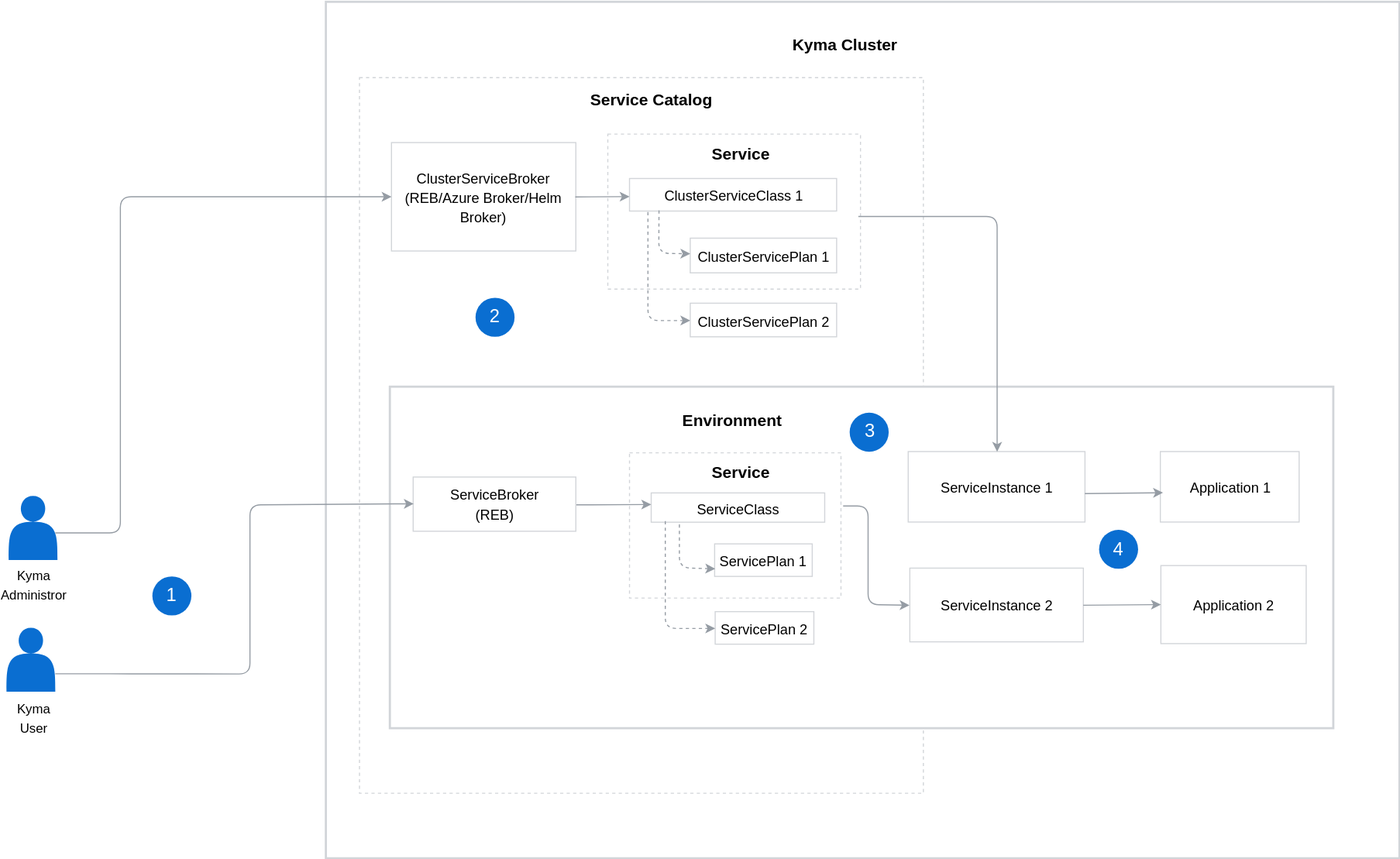
This is docs/service-catalog/docs/assets/service-catalog-flow.svg from kyma-project/kyma, a draw.io export, as it was before one commit. Source tidied: cells renumbered, new cells last; positions are measured from the earlier drawing's top-left corner, leaving out a move shared by most shapes.
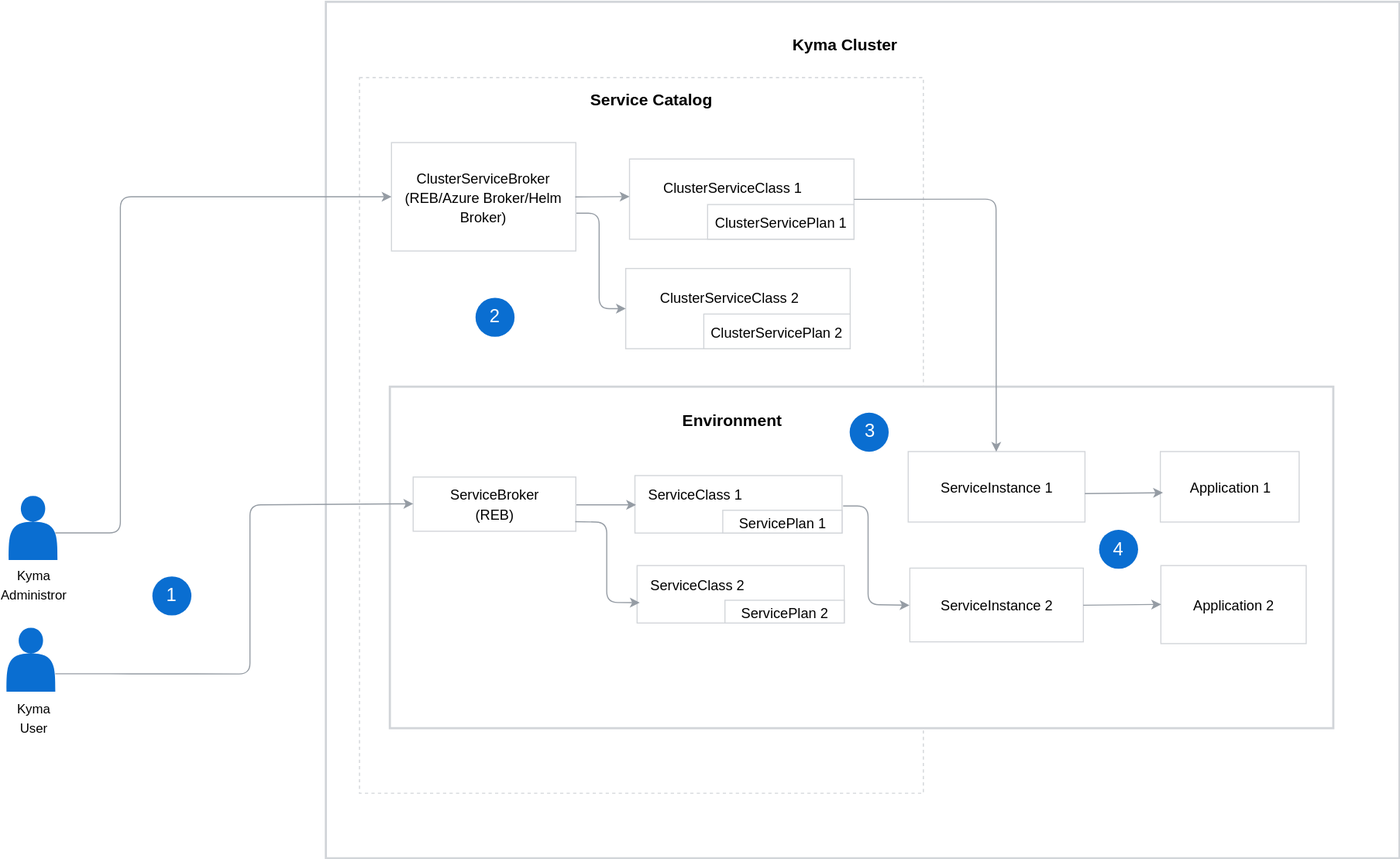
After the commit.

Change to the diagram source:
```diff
@@ -17,9 +17,6 @@
     <mxCell id="6" value="&lt;font style=&quot;font-size: 13px&quot;&gt;ClusterServiceBroker&lt;br&gt;(REB/Azure Broker/Helm Broker)&lt;br&gt;&lt;/font&gt;" style="rounded=0;whiteSpace=wrap;html=1;labelBackgroundColor=none;strokeColor=#D2D5D9;strokeWidth=1;fillColor=#FFFFFF;gradientColor=none;fontFamily=Helvetica;fontSize=15;fontColor=#000000;" parent="1" vertex="1">
       <mxGeometry x="354.5" y="129.9" width="170" height="100" as="geometry" />
     </mxCell>
-    <mxCell id="7" value="&lt;font style=&quot;font-size: 13px&quot;&gt;ClusterServicePlan 2&lt;/font&gt;" style="rounded=0;whiteSpace=wrap;html=1;labelBackgroundColor=none;strokeColor=#D2D5D9;strokeWidth=1;fillColor=#FFFFFF;gradientColor=none;fontFamily=Helvetica;fontSize=15;fontColor=#000000;" parent="1" vertex="1">
-      <mxGeometry x="630" y="278" width="135" height="31" as="geometry" />
-    </mxCell>
     <mxCell id="8" value="&lt;font style=&quot;font-size: 13px&quot;&gt;ServiceBroker&lt;br&gt;(REB)&lt;/font&gt;&lt;br&gt;" style="rounded=0;whiteSpace=wrap;html=1;labelBackgroundColor=none;strokeColor=#D2D5D9;strokeWidth=1;fillColor=#FFFFFF;gradientColor=none;fontFamily=Helvetica;fontSize=15;fontColor=#000000;" parent="1" vertex="1">
       <mxGeometry x="374.5" y="438.4" width="150" height="50" as="geometry" />
     </mxCell>
@@ -55,26 +52,17 @@
         </Array>
       </mxGeometry>
     </mxCell>
-    <mxCell id="15" style="rounded=0;whiteSpace=wrap;html=1;labelBackgroundColor=none;strokeColor=#D2D5D9;strokeWidth=1;fillColor=#FFFFFF;gradientColor=none;fontFamily=Helvetica;fontSize=15;fontColor=#000000;dashed=1;" parent="1" vertex="1">
-      <mxGeometry x="574" y="416" width="195" height="134" as="geometry" />
-    </mxCell>
-    <mxCell id="16" value="&lt;font style=&quot;font-size: 13px&quot;&gt;ServiceClass&lt;/font&gt;&lt;br&gt;" style="rounded=0;whiteSpace=wrap;html=1;labelBackgroundColor=none;strokeColor=#D2D5D9;strokeWidth=1;fillColor=#FFFFFF;gradientColor=none;fontFamily=Helvetica;fontSize=15;fontColor=#000000;" parent="1" vertex="1">
-      <mxGeometry x="594" y="453" width="160" height="27" as="geometry" />
+    <mxCell id="16" style="rounded=0;whiteSpace=wrap;html=1;labelBackgroundColor=none;strokeColor=#D2D5D9;strokeWidth=1;fillColor=#FFFFFF;gradientColor=none;fontFamily=Helvetica;fontSize=15;fontColor=#000000;" parent="1" vertex="1">
+      <mxGeometry x="579" y="437" width="191" height="53" as="geometry" />
     </mxCell>
-    <mxCell id="17" value="&lt;font style=&quot;font-size: 13px&quot;&gt;ServicePlan 1&lt;/font&gt;&lt;br&gt;" style="rounded=0;whiteSpace=wrap;html=1;labelBackgroundColor=none;strokeColor=#D2D5D9;strokeWidth=1;fillColor=#FFFFFF;gradientColor=none;fontFamily=Helvetica;fontSize=15;fontColor=#000000;" parent="1" vertex="1">
-      <mxGeometry x="652.5" y="500" width="90" height="30" as="geometry" />
-    </mxCell>
     <mxCell id="18" value="&lt;font style=&quot;font-size: 12px&quot;&gt;Kyma User&lt;/font&gt;" style="text;html=1;strokeColor=none;fillColor=none;align=center;verticalAlign=middle;whiteSpace=wrap;rounded=0;dashed=1;labelBackgroundColor=none;fontFamily=Helvetica;fontSize=15;fontColor=#000000;" parent="1" vertex="1">
       <mxGeometry x="4.5" y="649.9" width="40" height="20" as="geometry" />
     </mxCell>
-    <mxCell id="19" style="rounded=0;whiteSpace=wrap;html=1;labelBackgroundColor=none;strokeColor=#D2D5D9;strokeWidth=1;fillColor=#FFFFFF;gradientColor=none;fontFamily=Helvetica;fontSize=15;fontColor=#000000;dashed=1;" parent="1" vertex="1">
-      <mxGeometry x="554" y="122" width="233" height="143" as="geometry" />
-    </mxCell>
-    <mxCell id="20" value="&lt;font style=&quot;font-size: 13px&quot;&gt;ClusterServiceClass 1&lt;/font&gt;" style="rounded=0;whiteSpace=wrap;html=1;labelBackgroundColor=none;strokeColor=#D2D5D9;strokeWidth=1;fillColor=#FFFFFF;gradientColor=none;fontFamily=Helvetica;fontSize=15;fontColor=#000000;" parent="1" vertex="1">
-      <mxGeometry x="574" y="163" width="191" height="30" as="geometry" />
+    <mxCell id="20" style="rounded=0;whiteSpace=wrap;html=1;labelBackgroundColor=none;strokeColor=#D2D5D9;strokeWidth=1;fillColor=#FFFFFF;gradientColor=none;fontFamily=Helvetica;fontSize=15;fontColor=#000000;" parent="1" vertex="1">
+      <mxGeometry x="574" y="145" width="207" height="74" as="geometry" />
     </mxCell>
     <mxCell id="21" value="&lt;font style=&quot;font-size: 13px&quot;&gt;ClusterServicePlan 1&lt;/font&gt;" style="rounded=0;whiteSpace=wrap;html=1;labelBackgroundColor=none;strokeColor=#D2D5D9;strokeWidth=1;fillColor=#FFFFFF;gradientColor=none;fontFamily=Helvetica;fontSize=15;fontColor=#000000;" parent="1" vertex="1">
-      <mxGeometry x="630" y="218" width="135" height="32" as="geometry" />
+      <mxGeometry x="646" y="187" width="135" height="32" as="geometry" />
     </mxCell>
     <mxCell id="22" style="shape=actor;whiteSpace=wrap;html=1;strokeColor=none;strokeWidth=1;fillColor=#0A6ED1;gradientColor=none;fontFamily=Helvetica;fontSize=12;" parent="1" vertex="1">
       <mxGeometry x="-0.5" y="577.4" width="45" height="59" as="geometry" />
@@ -85,15 +73,12 @@
     <mxCell id="24" style="ellipse;whiteSpace=wrap;html=1;labelBackgroundColor=none;strokeColor=none;strokeWidth=1;fillColor=#0A6ED1;gradientColor=none;fontFamily=Helvetica;fontSize=15;fontColor=#000000;" parent="1" vertex="1">
       <mxGeometry x="134" y="530" width="36" height="36" as="geometry" />
     </mxCell>
-    <mxCell id="25" style="endArrow=classic;html=1;strokeColor=#959CA4;strokeWidth=1;fontFamily=Helvetica;fontSize=15;fontColor=#000000;entryX=0;entryY=0.25;" parent="1" edge="1">
+    <mxCell id="25" style="endArrow=classic;html=1;strokeColor=#959CA4;strokeWidth=1;fontFamily=Helvetica;fontSize=15;fontColor=#000000;" parent="1" edge="1">
       <mxGeometry relative="1" as="geometry">
         <mxPoint x="525" y="464" as="sourcePoint" />
-        <mxPoint x="594" y="463.7" as="targetPoint" />
+        <mxPoint x="580" y="464" as="targetPoint" />
       </mxGeometry>
     </mxCell>
-    <mxCell id="26" value="&lt;font style=&quot;font-size: 13px&quot;&gt;ServicePlan 2&lt;/font&gt;&lt;br&gt;" style="rounded=0;whiteSpace=wrap;html=1;labelBackgroundColor=none;strokeColor=#D2D5D9;strokeWidth=1;fillColor=#FFFFFF;gradientColor=none;fontFamily=Helvetica;fontSize=15;fontColor=#000000;" parent="1" vertex="1">
-      <mxGeometry x="653" y="562.5" width="91" height="30" as="geometry" />
-    </mxCell>
     <mxCell id="27" style="endArrow=classic;html=1;strokeColor=#959CA4;strokeWidth=1;fontFamily=Helvetica;fontSize=15;fontColor=#000000;entryX=0;entryY=0.5;" parent="1" edge="1">
       <mxGeometry relative="1" as="geometry">
         <mxPoint x="771" y="465" as="sourcePoint" />
@@ -104,11 +89,10 @@
         </Array>
       </mxGeometry>
     </mxCell>
-    <mxCell id="28" style="endArrow=classic;html=1;strokeColor=#959CA4;strokeWidth=1;fontFamily=Helvetica;fontSize=15;fontColor=#000000;entryX=0.5;entryY=0;" parent="1" edge="1" target="9">
+    <mxCell id="28" style="endArrow=classic;html=1;strokeColor=#959CA4;strokeWidth=1;fontFamily=Helvetica;fontSize=15;fontColor=#000000;entryX=0.5;entryY=0;exitX=1;exitY=0.5;" parent="1" edge="1" source="20" target="9">
       <mxGeometry relative="1" as="geometry">
-        <mxPoint x="785" y="198" as="sourcePoint" />
         <Array as="points">
-          <mxPoint x="913" y="198" />
+          <mxPoint x="912" y="182" />
         </Array>
       </mxGeometry>
     </mxCell>
@@ -118,37 +102,6 @@
     <mxCell id="30" value="&lt;b&gt;Service Catalog&lt;/b&gt;" style="text;html=1;strokeColor=none;fillColor=none;align=center;verticalAlign=middle;whiteSpace=wrap;rounded=0;labelBackgroundColor=none;fontFamily=Helvetica;fontSize=15;fontColor=#000000;" parent="1" vertex="1">
       <mxGeometry x="499" y="80" width="190" height="20" as="geometry" />
     </mxCell>
-    <mxCell id="31" style="endArrow=classic;html=1;strokeColor=#959CA4;strokeWidth=1;fontFamily=Helvetica;fontSize=15;fontColor=#000000;exitX=0.084;exitY=0.98;exitPerimeter=0;entryX=0;entryY=0.5;dashed=1;" parent="1" edge="1" source="16" target="26">
-      <mxGeometry relative="1" as="geometry">
-        <Array as="points">
-          <mxPoint x="607" y="578" />
-        </Array>
-      </mxGeometry>
-    </mxCell>
-    <mxCell id="32" style="endArrow=classic;html=1;strokeColor=#959CA4;strokeWidth=1;fontFamily=Helvetica;fontSize=15;fontColor=#000000;entryX=0;entryY=0.75;dashed=1;" parent="1" edge="1" target="17">
-      <mxGeometry relative="1" as="geometry">
-        <mxPoint x="620" y="482" as="sourcePoint" />
-        <Array as="points">
-          <mxPoint x="620" y="522" />
-        </Array>
-      </mxGeometry>
-    </mxCell>
-    <mxCell id="33" style="endArrow=classic;html=1;dashed=1;strokeColor=#959CA4;strokeWidth=1;fontFamily=Helvetica;fontSize=15;fontColor=#000000;exitX=0.087;exitY=1.034;exitPerimeter=0;entryX=0;entryY=0.5;" parent="1" edge="1" source="20" target="7">
-      <mxGeometry relative="1" as="geometry">
-        <Array as="points">
-          <mxPoint x="591" y="294" />
-        </Array>
-      </mxGeometry>
-    </mxCell>
-    <mxCell id="34" style="endArrow=classic;html=1;dashed=1;strokeColor=#959CA4;strokeWidth=1;fontFamily=Helvetica;fontSize=15;fontColor=#000000;exitX=0.141;exitY=1.141;exitPerimeter=0;entryX=0;entryY=0.5;" parent="1" edge="1">
-      <mxGeometry relative="1" as="geometry">
-        <mxPoint x="601.2" y="192.4" as="sourcePoint" />
-        <mxPoint x="630" y="232.4" as="targetPoint" />
-        <Array as="points">
-          <mxPoint x="601" y="232" />
-        </Array>
-      </mxGeometry>
-    </mxCell>
     <mxCell id="35" style="endArrow=classic;html=1;strokeColor=#959CA4;strokeWidth=1;fontFamily=Helvetica;fontSize=15;fontColor=#000000;exitX=1;exitY=0.5;entryX=0;entryY=0.5;" parent="1" edge="1" target="12">
       <mxGeometry relative="1" as="geometry">
         <mxPoint x="992.4" y="556.6" as="sourcePoint" />
@@ -190,11 +143,50 @@
         <mxPoint x="574" y="179.7" as="targetPoint" />
       </mxGeometry>
     </mxCell>
-    <mxCell id="46" value="&lt;font style=&quot;font-size: 15px&quot;&gt;&lt;b&gt;Service&lt;/b&gt;&lt;/font&gt;" style="text;html=1;strokeColor=none;fillColor=none;align=center;verticalAlign=middle;whiteSpace=wrap;rounded=0;labelBackgroundColor=none;fontFamily=Helvetica;fontSize=15;fontColor=#000000;" parent="1" vertex="1">
-      <mxGeometry x="656.5" y="130" width="40" height="20" as="geometry" />
-    </mxCell>
-    <mxCell id="47" value="&lt;font style=&quot;font-size: 15px&quot;&gt;&lt;b&gt;Service&lt;/b&gt;&lt;/font&gt;" style="text;html=1;strokeColor=none;fillColor=none;align=center;verticalAlign=middle;whiteSpace=wrap;rounded=0;labelBackgroundColor=none;fontFamily=Helvetica;fontSize=15;fontColor=#000000;" parent="1" vertex="1">
-      <mxGeometry x="656.5" y="423.5" width="40" height="20" as="geometry" />
+    <mxCell id="47" value="&lt;font style=&quot;font-size: 13px&quot;&gt;ClusterServiceClass 1&lt;/font&gt;&lt;br&gt;" style="text;html=1;strokeColor=none;fillColor=none;align=center;verticalAlign=middle;whiteSpace=wrap;rounded=0;labelBackgroundColor=none;fontFamily=Helvetica;fontSize=15;fontColor=#000000;" parent="1" vertex="1">
+      <mxGeometry x="594.5" y="162" width="149" height="18" as="geometry" />
     </mxCell>
+    <mxCell id="48" style="rounded=0;whiteSpace=wrap;html=1;labelBackgroundColor=none;strokeColor=#D2D5D9;strokeWidth=1;fillColor=#FFFFFF;gradientColor=none;fontFamily=Helvetica;fontSize=15;fontColor=#000000;" parent="1" vertex="1">
+      <mxGeometry x="570.5" y="246" width="207" height="74" as="geometry" />
+    </mxCell>
+    <mxCell id="7" value="&lt;font style=&quot;font-size: 13px&quot;&gt;ClusterServicePlan 2&lt;/font&gt;" style="rounded=0;whiteSpace=wrap;html=1;labelBackgroundColor=none;strokeColor=#D2D5D9;strokeWidth=1;fillColor=#FFFFFF;gradientColor=none;fontFamily=Helvetica;fontSize=15;fontColor=#000000;" parent="1" vertex="1">
+      <mxGeometry x="642.5" y="288" width="135" height="32" as="geometry" />
+    </mxCell>
+    <mxCell id="49" value="&lt;font style=&quot;font-size: 13px&quot;&gt;ClusterServiceClass 2&lt;/font&gt;&lt;br&gt;" style="text;html=1;strokeColor=none;fillColor=none;align=center;verticalAlign=middle;whiteSpace=wrap;rounded=0;labelBackgroundColor=none;fontFamily=Helvetica;fontSize=15;fontColor=#000000;" parent="1" vertex="1">
+      <mxGeometry x="591" y="263" width="149" height="18" as="geometry" />
+    </mxCell>
+    <mxCell id="50" style="endArrow=classic;html=1;strokeColor=#959CA4;strokeWidth=1;fontFamily=Helvetica;fontSize=15;fontColor=#000000;entryX=0;entryY=0.5;" parent="1" edge="1" target="48">
+      <mxGeometry relative="1" as="geometry">
+        <mxPoint x="525" y="195" as="sourcePoint" />
+        <Array as="points">
+          <mxPoint x="546" y="195" />
+          <mxPoint x="546" y="283" />
+        </Array>
+      </mxGeometry>
+    </mxCell>
+    <mxCell id="17" value="&lt;font style=&quot;font-size: 13px&quot;&gt;ServicePlan 1&lt;/font&gt;" style="rounded=0;whiteSpace=wrap;html=1;labelBackgroundColor=none;strokeColor=#D2D5D9;strokeWidth=1;fillColor=#FFFFFF;gradientColor=none;fontFamily=Helvetica;fontSize=15;fontColor=#000000;" parent="1" vertex="1">
+      <mxGeometry x="660" y="469" width="110" height="21" as="geometry" />
+    </mxCell>
+    <mxCell id="51" value="&lt;font style=&quot;font-size: 13px&quot;&gt;ServiceClass 1&lt;/font&gt;&lt;br&gt;" style="text;html=1;strokeColor=none;fillColor=none;align=center;verticalAlign=middle;whiteSpace=wrap;rounded=0;labelBackgroundColor=none;fontFamily=Helvetica;fontSize=15;fontColor=#000000;" parent="1" vertex="1">
+      <mxGeometry x="583" y="443" width="102" height="22" as="geometry" />
+    </mxCell>
+    <mxCell id="52" style="rounded=0;whiteSpace=wrap;html=1;labelBackgroundColor=none;strokeColor=#D2D5D9;strokeWidth=1;fillColor=#FFFFFF;gradientColor=none;fontFamily=Helvetica;fontSize=15;fontColor=#000000;" parent="1" vertex="1">
+      <mxGeometry x="581" y="520" width="191" height="53" as="geometry" />
+    </mxCell>
+    <mxCell id="26" value="&lt;font style=&quot;font-size: 13px&quot;&gt;ServicePlan 2&lt;/font&gt;" style="rounded=0;whiteSpace=wrap;html=1;labelBackgroundColor=none;strokeColor=#D2D5D9;strokeWidth=1;fillColor=#FFFFFF;gradientColor=none;fontFamily=Helvetica;fontSize=15;fontColor=#000000;" parent="1" vertex="1">
+      <mxGeometry x="662" y="552" width="110" height="21" as="geometry" />
+    </mxCell>
+    <mxCell id="53" value="&lt;font style=&quot;font-size: 13px&quot;&gt;ServiceClass 2&lt;/font&gt;&lt;br&gt;" style="text;html=1;strokeColor=none;fillColor=none;align=center;verticalAlign=middle;whiteSpace=wrap;rounded=0;labelBackgroundColor=none;fontFamily=Helvetica;fontSize=15;fontColor=#000000;" parent="1" vertex="1">
+      <mxGeometry x="585" y="526" width="102" height="22" as="geometry" />
+    </mxCell>
+    <mxCell id="54" style="endArrow=classic;html=1;strokeColor=#959CA4;strokeWidth=1;fontFamily=Helvetica;fontSize=15;fontColor=#000000;entryX=-0.014;entryY=1.266;entryPerimeter=0;" parent="1" edge="1" target="53">
+      <mxGeometry relative="1" as="geometry">
+        <mxPoint x="524" y="479.5" as="sourcePoint" />
+        <Array as="points">
+          <mxPoint x="553" y="480" />
+          <mxPoint x="553" y="554" />
+        </Array>
+      </mxGeometry>
+    </mxCell>
   </root>
 </mxGraphModel>
```
